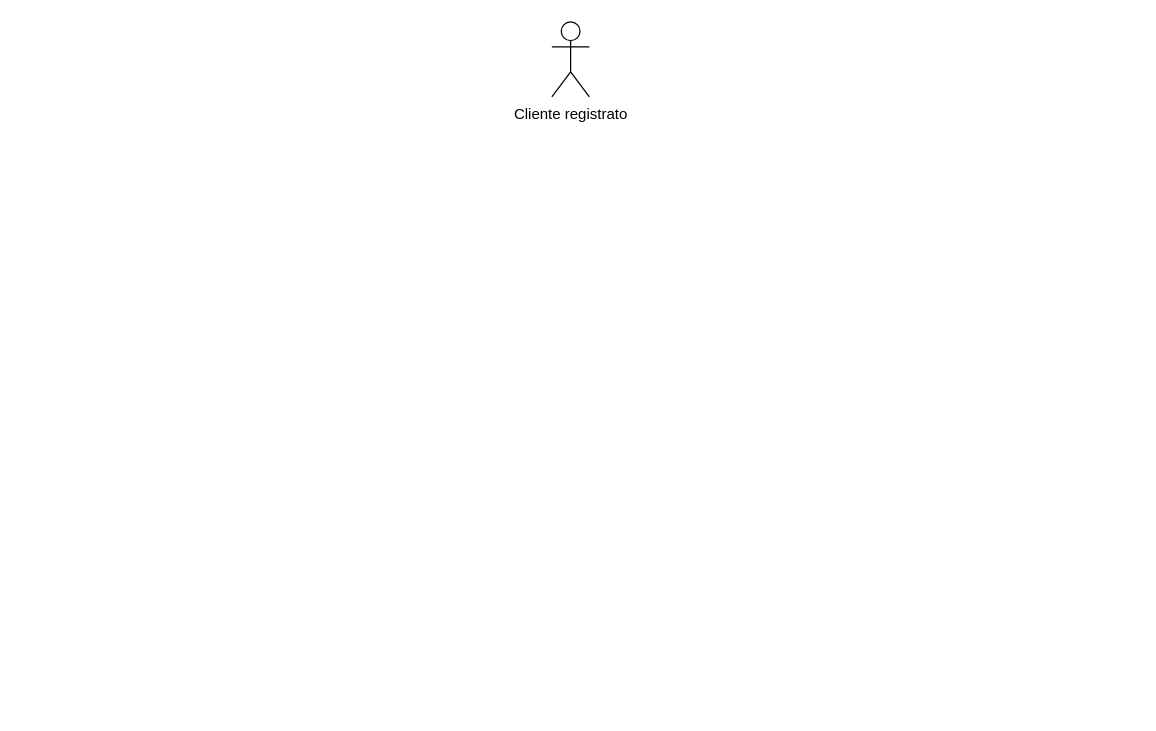
Earlier version of the draw.io diagram Esercizio.drawio (taskos07/UML-casi-pratici). Source tidied: cells renumbered, new cells numbered last; positions are measured from the earlier drawing's top-left corner, leaving out a move shared by most shapes. Both pictures are drawn from the tidied source at 125%, with x=0, y=0 at pixel (551, 21).
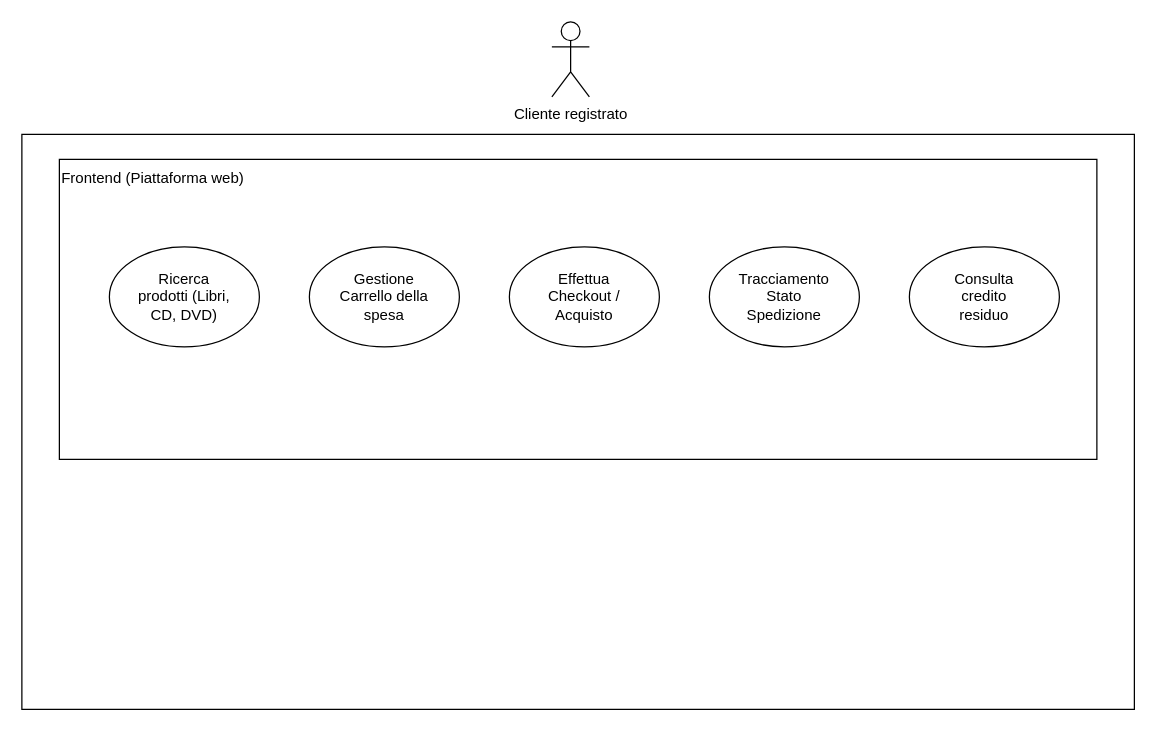
Above is the later version.

Commit message:
inizio bozza diagramma con i casi d'uso principali del cliente

Change to the diagram source:
```diff
@@
 <mxGraphModel>
   <root>
     <mxCell id="0" />
     <mxCell id="1" parent="0" />
     <mxCell id="2" value="Cliente registrato&lt;div&gt;&lt;br&gt;&lt;/div&gt;" style="shape=umlActor;verticalLabelPosition=bottom;verticalAlign=top;html=1;" parent="1" vertex="1">
       <mxGeometry width="30" height="60" as="geometry" />
     </mxCell>
+    <mxCell id="3" style="rounded=0;whiteSpace=wrap;html=1;" parent="1" vertex="1">
+      <mxGeometry x="-424" y="90" width="890" height="460" as="geometry" />
+    </mxCell>
+    <mxCell id="4" style="rounded=0;whiteSpace=wrap;html=1;" parent="1" vertex="1">
+      <mxGeometry x="-394" y="110" width="830" height="240" as="geometry" />
+    </mxCell>
+    <mxCell id="5" value="Frontend (Piattaforma web)" style="text;html=1;whiteSpace=wrap;strokeColor=none;fillColor=none;align=center;verticalAlign=middle;rounded=0;" parent="1" vertex="1">
+      <mxGeometry x="-394" y="110" width="150" height="30" as="geometry" />
+    </mxCell>
+    <mxCell id="6" style="ellipse;whiteSpace=wrap;html=1;shapeInside=1;" parent="1" vertex="1">
+      <mxGeometry x="-354" y="180" width="120" height="80" as="geometry" />
+    </mxCell>
+    <mxCell id="7" style="ellipse;whiteSpace=wrap;html=1;shapeInside=1;" parent="1" vertex="1">
+      <mxGeometry x="-194" y="180" width="120" height="80" as="geometry" />
+    </mxCell>
+    <mxCell id="8" style="ellipse;whiteSpace=wrap;html=1;shapeInside=1;" parent="1" vertex="1">
+      <mxGeometry x="126" y="180" width="120" height="80" as="geometry" />
+    </mxCell>
+    <mxCell id="9" style="ellipse;whiteSpace=wrap;html=1;shapeInside=1;" parent="1" vertex="1">
+      <mxGeometry x="-34" y="180" width="120" height="80" as="geometry" />
+    </mxCell>
+    <mxCell id="10" style="ellipse;whiteSpace=wrap;html=1;shapeInside=1;" parent="1" vertex="1">
+      <mxGeometry x="286" y="180" width="120" height="80" as="geometry" />
+    </mxCell>
+    <mxCell id="11" value="Ricerca prodotti (Libri, CD, DVD)" style="text;html=1;whiteSpace=wrap;strokeColor=none;fillColor=none;align=center;verticalAlign=middle;rounded=0;" parent="1" vertex="1">
+      <mxGeometry x="-334" y="205" width="80" height="30" as="geometry" />
+    </mxCell>
+    <mxCell id="12" value="Gestione Carrello della spesa" style="text;html=1;whiteSpace=wrap;strokeColor=none;fillColor=none;align=center;verticalAlign=middle;rounded=0;" parent="1" vertex="1">
+      <mxGeometry x="-174" y="205" width="80" height="30" as="geometry" />
+    </mxCell>
+    <mxCell id="13" value="Effettua Checkout / Acquisto" style="text;html=1;whiteSpace=wrap;strokeColor=none;fillColor=none;align=center;verticalAlign=middle;rounded=0;" parent="1" vertex="1">
+      <mxGeometry x="-14" y="205" width="80" height="30" as="geometry" />
+    </mxCell>
+    <mxCell id="14" value="Tracciamento Stato Spedizione" style="text;html=1;whiteSpace=wrap;strokeColor=none;fillColor=none;align=center;verticalAlign=middle;rounded=0;" parent="1" vertex="1">
+      <mxGeometry x="146" y="205" width="80" height="30" as="geometry" />
+    </mxCell>
+    <mxCell id="15" value="Consulta credito residuo" style="text;html=1;whiteSpace=wrap;strokeColor=none;fillColor=none;align=center;verticalAlign=middle;rounded=0;" parent="1" vertex="1">
+      <mxGeometry x="306" y="205" width="80" height="30" as="geometry" />
+    </mxCell>
   </root>
 </mxGraphModel>
```
